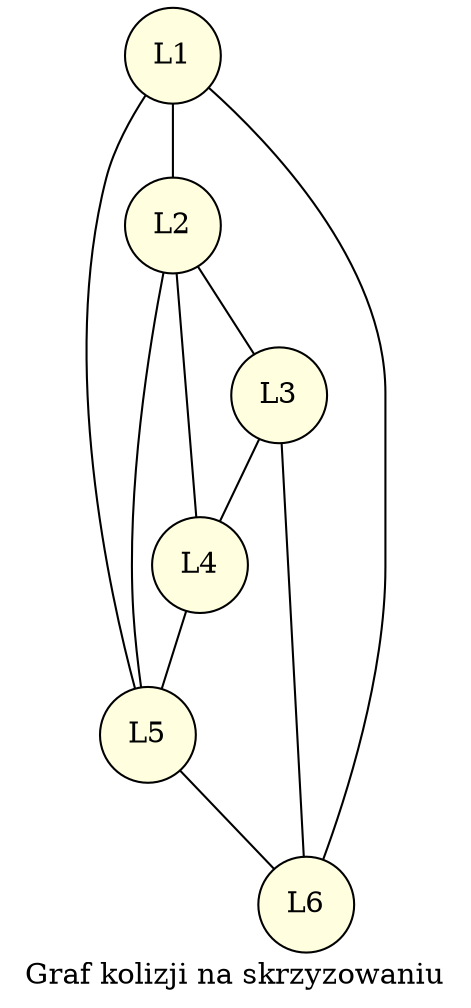
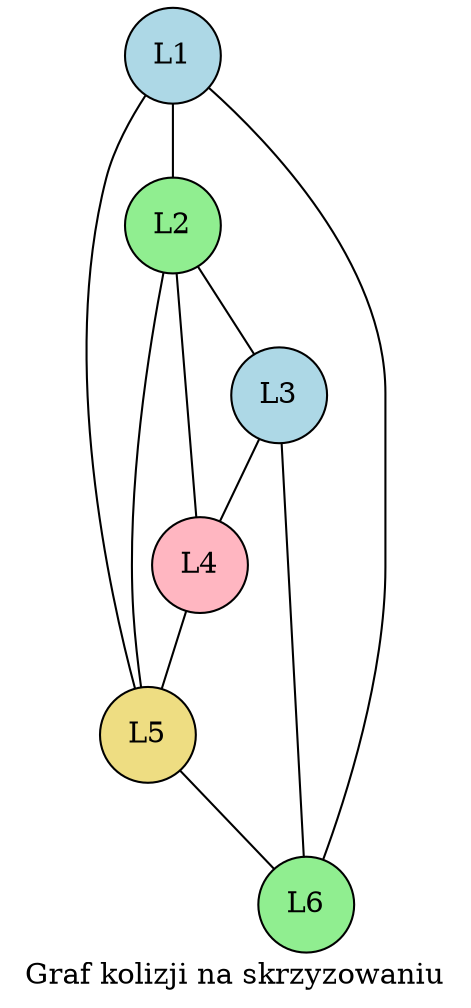
graph TrafficLight {
-     node [shape=circle, style=filled, fillcolor=lightyellow];
+     node [shape=circle, style=filled];
    label="Graf kolizji na skrzyzowaniu";
+     L1 [fillcolor="lightblue"];
+     L2 [fillcolor="lightgreen"];
+     L3 [fillcolor="lightblue"];
+     L4 [fillcolor="lightpink"];
+     L5 [fillcolor="lightgoldenrod"];
+     L6 [fillcolor="lightgreen"];
    L1 -- L2;
    L1 -- L5;
    L1 -- L6;
    L2 -- L3;
    L2 -- L4;
    L2 -- L5;
    L3 -- L4;
    L3 -- L6;
    L4 -- L5;
    L5 -- L6;
}
